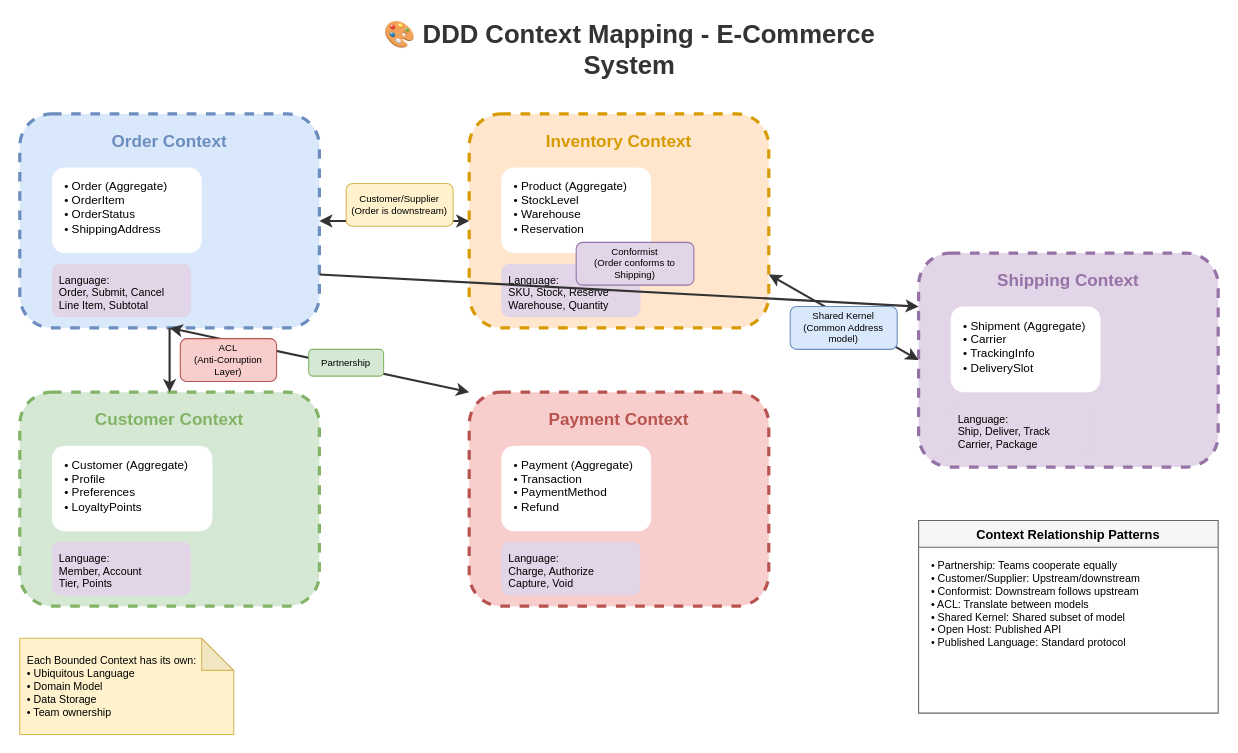
Before: lesson-01-software-design-architecture/diagrams/1.6-ddd-context-mapping.drawio in MrParkerZ7/document-lesson-software-architect-x-claude, a draw.io diagram. Source tidied: cells renumbered, new cells numbered last; positions are measured from the earlier drawing's top-left corner, leaving out a move shared by most shapes. Both pictures are drawn from the tidied source at 107%, with x=0, y=0 at pixel (19, 28).
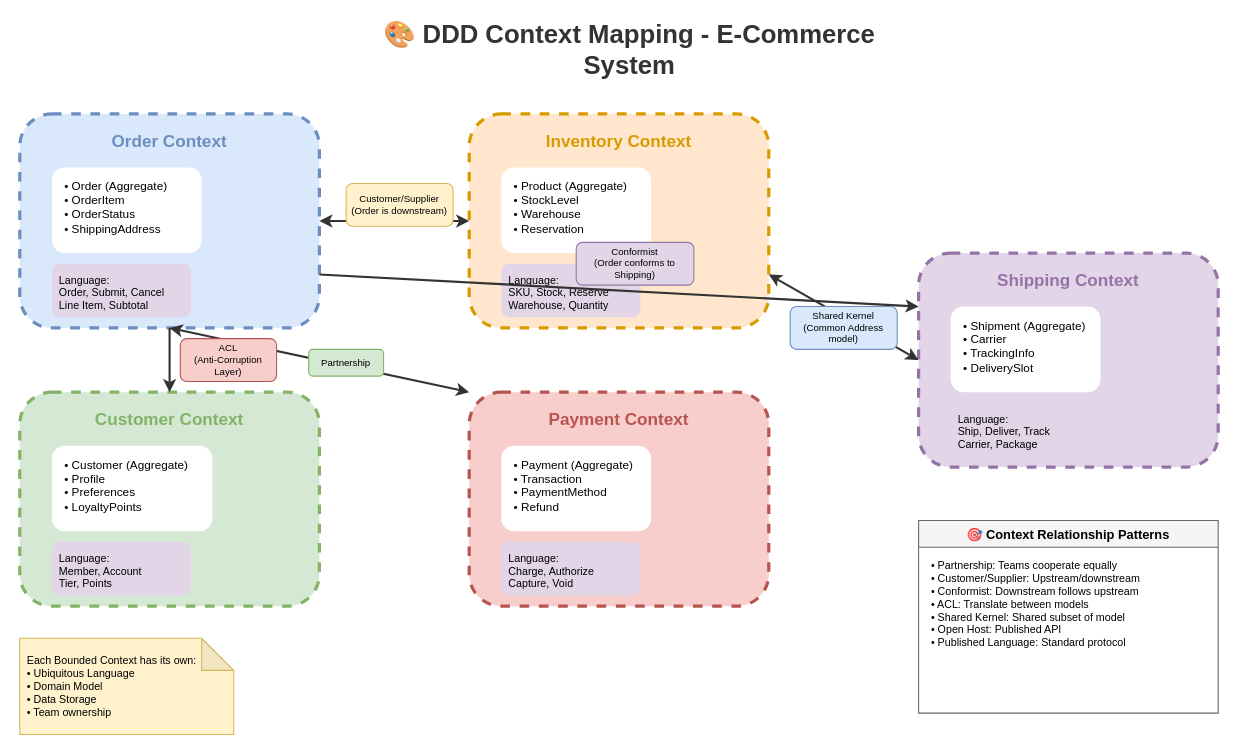
Above is the later version.

Diff of the diagram source:
```diff
@@
-    <mxCell id="33" value="Context Relationship Patterns" style="swimlane;fontStyle=1;align=center;verticalAlign=top;horizontal=1;startSize=25;fillColor=#f5f5f5;strokeColor=#666666;" parent="1" vertex="1">
+    <mxCell id="33" value="🎯 Context Relationship Patterns" style="swimlane;fontStyle=1;align=center;verticalAlign=top;horizontal=1;startSize=25;fillColor=#f5f5f5;strokeColor=#666666;" parent="1" vertex="1">
       <mxGeometry x="840" y="460" width="280" height="180" as="geometry" />
     </mxCell>
```
